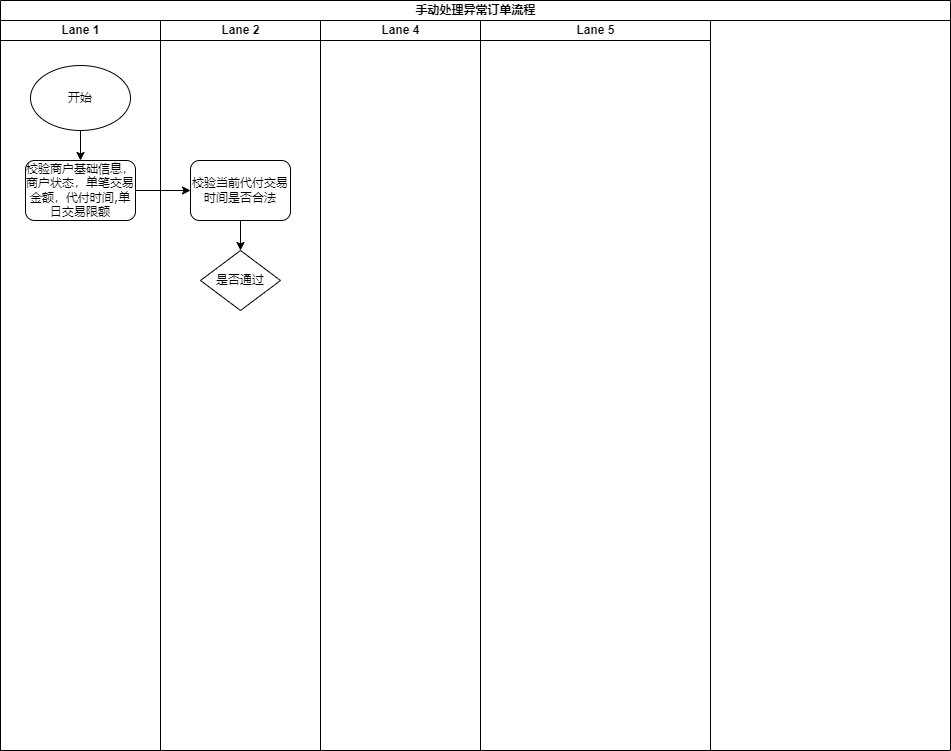
The draw.io diagram 商户交易金额校验以及手续费计算.png in songyibo2019/mydiagrams, before a commit. Source tidied: cells renumbered, new cells last; positions are measured from the earlier drawing's top-left corner, leaving out a move shared by most shapes. Source of this version:
```xml
<mxGraphModel>
  <root>
    <mxCell id="0" />
    <mxCell id="1" parent="0" />
    <mxCell id="2" value="手动处理异常订单流程" style="swimlane;html=1;startSize=20;rounded=0;shadow=0;labelBackgroundColor=none;strokeWidth=1;fontFamily=Verdana;fontSize=8;align=center;" parent="1" vertex="1">
      <mxGeometry width="950" height="750" as="geometry" />
    </mxCell>
    <mxCell id="3" value="Lane 1" style="swimlane;html=1;startSize=20;" parent="2" vertex="1">
      <mxGeometry y="20" width="160" height="730" as="geometry" />
    </mxCell>
    <mxCell id="4" value="&lt;span style=&quot;font-size: 8px&quot;&gt;校验商户基础信息，商户状态，单笔交易金额，代付时间,单日交易限额&lt;/span&gt;" style="rounded=1;whiteSpace=wrap;html=1;shadow=0;labelBackgroundColor=none;strokeWidth=1;fontFamily=Verdana;fontSize=8;align=center;" parent="3" vertex="1">
      <mxGeometry x="25" y="140" width="110" height="60" as="geometry" />
    </mxCell>
    <mxCell id="5" style="edgeStyle=orthogonalEdgeStyle;rounded=0;jettySize=auto;html=1;exitX=0.5;exitY=1;exitDx=0;exitDy=0;" parent="3" edge="1" source="6" target="4">
      <mxGeometry relative="1" as="geometry" />
    </mxCell>
    <mxCell id="6" value="开始" style="ellipse;whiteSpace=wrap;html=1;" parent="3" vertex="1">
      <mxGeometry x="30" y="45" width="100" height="65" as="geometry" />
    </mxCell>
    <mxCell id="7" value="Lane 2" style="swimlane;html=1;startSize=20;" parent="2" vertex="1">
      <mxGeometry x="160" y="20" width="160" height="730" as="geometry" />
    </mxCell>
    <mxCell id="8" style="edgeStyle=orthogonalEdgeStyle;rounded=0;jettySize=auto;html=1;exitX=0.5;exitY=1;exitDx=0;exitDy=0;fontSize=11;" parent="7" edge="1" source="9" target="10">
      <mxGeometry relative="1" as="geometry" />
    </mxCell>
    <mxCell id="9" value="&lt;span style=&quot;font-size: 8px&quot;&gt;校验当前代付交易时间是否合法&lt;/span&gt;" style="rounded=1;whiteSpace=wrap;html=1;shadow=0;labelBackgroundColor=none;strokeWidth=1;fontFamily=Verdana;fontSize=8;align=center;" parent="7" vertex="1">
      <mxGeometry x="30" y="140" width="100" height="60" as="geometry" />
    </mxCell>
    <mxCell id="10" value="&lt;span style=&quot;font-size: 11px&quot;&gt;是否通过&lt;/span&gt;" style="rhombus;whiteSpace=wrap;html=1;rounded=0;shadow=0;labelBackgroundColor=none;strokeWidth=1;fontFamily=Verdana;fontSize=8;align=center;" parent="7" vertex="1">
      <mxGeometry x="40" y="230" width="80" height="60" as="geometry" />
    </mxCell>
    <mxCell id="11" value="Lane 4" style="swimlane;html=1;startSize=20;" parent="2" vertex="1">
      <mxGeometry x="320" y="20" width="160" height="730" as="geometry" />
    </mxCell>
    <mxCell id="12" value="Lane 5" style="swimlane;html=1;startSize=20;" parent="2" vertex="1">
      <mxGeometry x="480" y="20" width="230" height="730" as="geometry" />
    </mxCell>
    <mxCell id="13" style="edgeStyle=orthogonalEdgeStyle;rounded=0;jettySize=auto;html=1;exitX=1;exitY=0.5;exitDx=0;exitDy=0;entryX=0;entryY=0.5;entryDx=0;entryDy=0;" parent="2" edge="1" source="4" target="9">
      <mxGeometry relative="1" as="geometry" />
    </mxCell>
  </root>
</mxGraphModel>
```
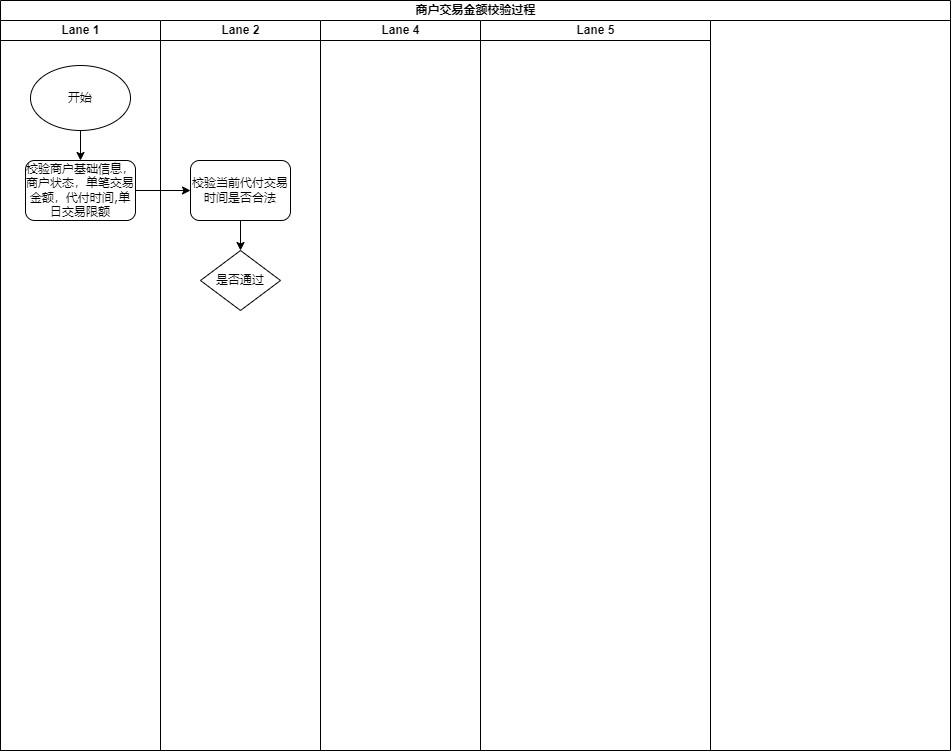
Above is the later version.

Commit message:
Update 商户交易金额校验以及手续费计算.png

The edit, as a diff of the source:
```diff
@@ -2,7 +2,7 @@
   <root>
     <mxCell id="0" />
     <mxCell id="1" parent="0" />
-    <mxCell id="2" value="手动处理异常订单流程" style="swimlane;html=1;startSize=20;rounded=0;shadow=0;labelBackgroundColor=none;strokeWidth=1;fontFamily=Verdana;fontSize=8;align=center;" parent="1" vertex="1">
+    <mxCell id="2" value="商户交易金额校验过程" style="swimlane;html=1;startSize=20;rounded=0;shadow=0;labelBackgroundColor=none;strokeWidth=1;fontFamily=Verdana;fontSize=8;align=center;" parent="1" vertex="1">
       <mxGeometry width="950" height="750" as="geometry" />
     </mxCell>
     <mxCell id="3" value="Lane 1" style="swimlane;html=1;startSize=20;" parent="2" vertex="1">
```
